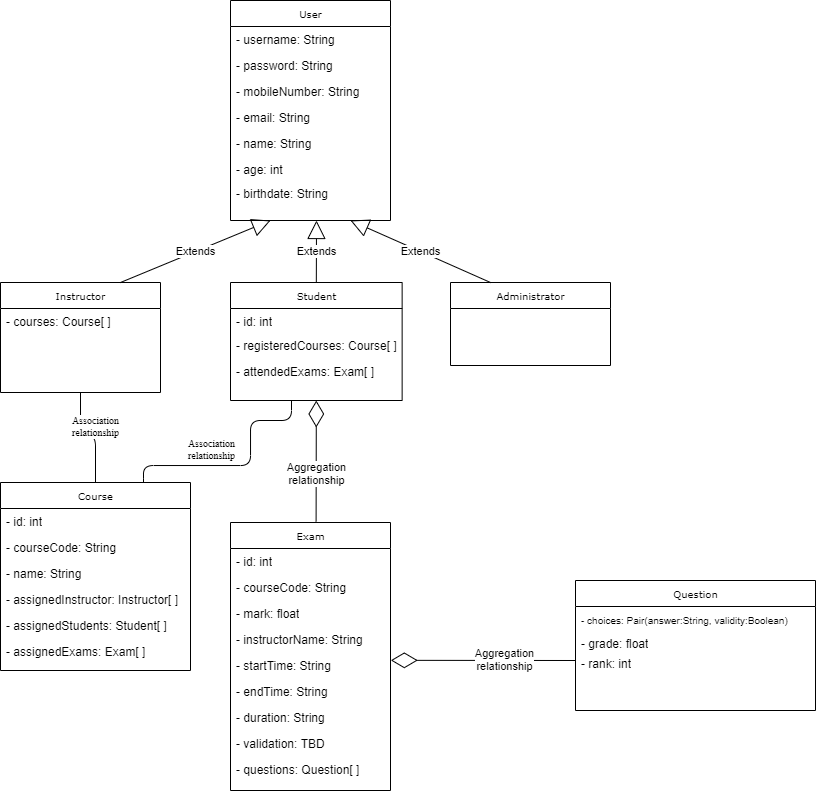
Before: UML.png, a diagram exported from draw.io (aymanred121/Examination-Management-System). Source tidied: cells renumbered, new cells last; positions are measured from the earlier drawing's top-left corner, leaving out a move shared by most shapes.
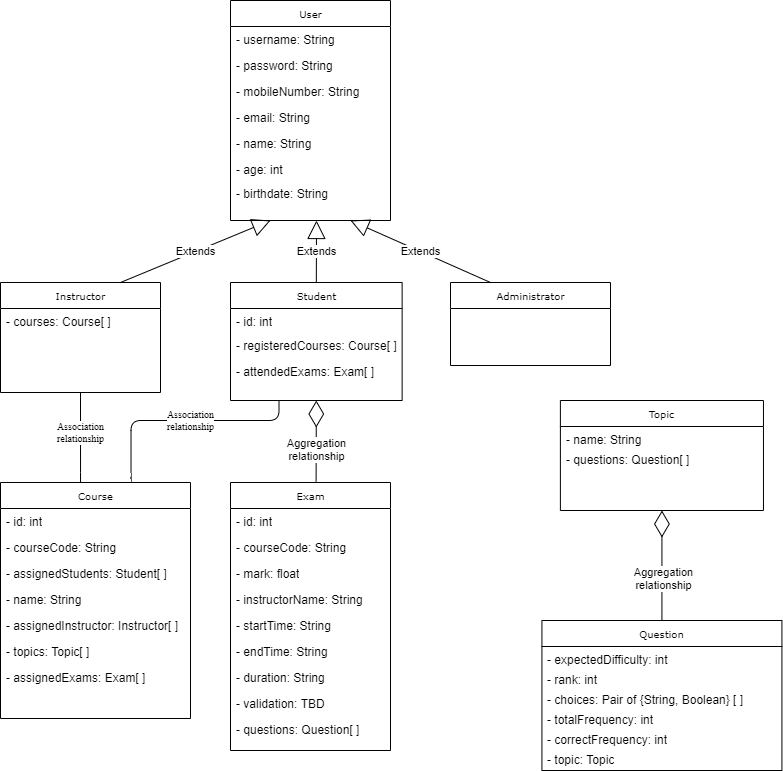
Later version of the same file.

Commit message:
Added Topic class and more attributes.

Diff of the diagram source:
```diff
@@ -3,7 +3,7 @@
     <mxCell id="0" />
     <mxCell id="1" parent="0" />
     <mxCell id="2" value="Exam" style="swimlane;html=1;fontStyle=0;horizontal=1;startSize=26;fillColor=none;swimlaneFillColor=#ffffff;rounded=0;shadow=0;comic=0;labelBackgroundColor=none;strokeWidth=1;fontFamily=Verdana;fontSize=10;align=center;" parent="1" vertex="1">
-      <mxGeometry x="230" y="522" width="160" height="268" as="geometry" />
+      <mxGeometry x="230" y="482" width="160" height="268" as="geometry" />
     </mxCell>
     <mxCell id="3" value="- id: int" style="text;html=1;strokeColor=none;fillColor=none;align=left;verticalAlign=top;spacingLeft=4;spacingRight=4;whiteSpace=wrap;overflow=hidden;" parent="2" vertex="1">
       <mxGeometry y="26" width="160" height="26" as="geometry" />
@@ -66,7 +66,7 @@
       <mxGeometry x="450" y="282" width="160" height="83" as="geometry" />
     </mxCell>
     <mxCell id="23" value="Course" style="swimlane;html=1;fontStyle=0;horizontal=1;startSize=26;fillColor=none;swimlaneFillColor=#ffffff;rounded=0;shadow=0;comic=0;labelBackgroundColor=none;strokeWidth=1;fontFamily=Verdana;fontSize=10;align=center;" parent="1" vertex="1">
-      <mxGeometry y="482" width="190" height="188" as="geometry" />
+      <mxGeometry y="482" width="190" height="236" as="geometry" />
     </mxCell>
     <mxCell id="24" value="- id: int" style="text;html=1;strokeColor=none;fillColor=none;align=left;verticalAlign=top;spacingLeft=4;spacingRight=4;whiteSpace=wrap;overflow=hidden;" parent="23" vertex="1">
       <mxGeometry y="26" width="190" height="26" as="geometry" />
@@ -74,17 +74,20 @@
     <mxCell id="25" value="- courseCode: String" style="text;html=1;strokeColor=none;fillColor=none;align=left;verticalAlign=top;spacingLeft=4;spacingRight=4;whiteSpace=wrap;overflow=hidden;" parent="23" vertex="1">
       <mxGeometry y="52" width="190" height="26" as="geometry" />
     </mxCell>
+    <mxCell id="49" value="- assignedStudents: Student[ ]" style="text;html=1;strokeColor=none;fillColor=none;align=left;verticalAlign=top;spacingLeft=4;spacingRight=4;whiteSpace=wrap;overflow=hidden;" parent="23" vertex="1">
+      <mxGeometry y="78" width="190" height="26" as="geometry" />
+    </mxCell>
     <mxCell id="26" value="- name: String" style="text;html=1;strokeColor=none;fillColor=none;align=left;verticalAlign=top;spacingLeft=4;spacingRight=4;whiteSpace=wrap;overflow=hidden;" parent="23" vertex="1">
-      <mxGeometry y="78" width="190" height="26" as="geometry" />
+      <mxGeometry y="104" width="190" height="26" as="geometry" />
     </mxCell>
     <mxCell id="27" value="- assignedInstructor: Instructor[ ]" style="text;html=1;strokeColor=none;fillColor=none;align=left;verticalAlign=top;spacingLeft=4;spacingRight=4;whiteSpace=wrap;overflow=hidden;" parent="23" vertex="1">
-      <mxGeometry y="104" width="190" height="26" as="geometry" />
+      <mxGeometry y="130" width="190" height="26" as="geometry" />
     </mxCell>
-    <mxCell id="28" value="- assignedStudents: Student[ ]" style="text;html=1;strokeColor=none;fillColor=none;align=left;verticalAlign=top;spacingLeft=4;spacingRight=4;whiteSpace=wrap;overflow=hidden;" parent="23" vertex="1">
-      <mxGeometry y="130" width="190" height="26" as="geometry" />
+    <mxCell id="28" value="- topics: Topic[ ]" style="text;html=1;strokeColor=none;fillColor=none;align=left;verticalAlign=top;spacingLeft=4;spacingRight=4;whiteSpace=wrap;overflow=hidden;" parent="23" vertex="1">
+      <mxGeometry y="156" width="190" height="26" as="geometry" />
     </mxCell>
     <mxCell id="29" value="- assignedExams: Exam[ ]" style="text;html=1;strokeColor=none;fillColor=none;align=left;verticalAlign=top;spacingLeft=4;spacingRight=4;whiteSpace=wrap;overflow=hidden;" parent="23" vertex="1">
-      <mxGeometry y="156" width="190" height="26" as="geometry" />
+      <mxGeometry y="182" width="190" height="28" as="geometry" />
     </mxCell>
     <mxCell id="30" value="Student" style="swimlane;html=1;fontStyle=0;horizontal=1;startSize=26;fillColor=none;swimlaneFillColor=#ffffff;rounded=0;shadow=0;comic=0;labelBackgroundColor=none;strokeWidth=1;fontFamily=Verdana;fontSize=10;align=center;" parent="1" vertex="1">
       <mxGeometry x="230" y="282" width="171.6" height="118" as="geometry" />
@@ -109,8 +112,13 @@
         <mxPoint x="316" y="220" as="targetPoint" />
       </mxGeometry>
     </mxCell>
-    <mxCell id="37" style="endArrow=none;html=1;edgeStyle=orthogonalEdgeStyle;exitX=0.5;exitY=1;exitDx=0;exitDy=0;entryX=0.5;entryY=0;entryDx=0;entryDy=0;" parent="1" edge="1" source="20" target="23">
-      <mxGeometry relative="1" as="geometry" />
+    <mxCell id="37" style="endArrow=none;html=1;edgeStyle=orthogonalEdgeStyle;exitX=0.5;exitY=1;exitDx=0;exitDy=0;" parent="1" edge="1" source="20">
+      <mxGeometry relative="1" as="geometry">
+        <mxPoint x="80" y="482" as="targetPoint" />
+        <Array as="points">
+          <mxPoint x="80" y="482" />
+        </Array>
+      </mxGeometry>
     </mxCell>
     <mxCell id="38" value="&lt;p style=&quot;margin-top: 0pt ; margin-bottom: 0pt ; margin-left: 0in ; text-align: left ; direction: ltr ; unicode-bidi: embed ; word-break: normal ; font-size: 10px&quot;&gt;&lt;span style=&quot;font-family: &amp;#34;century schoolbook&amp;#34;&quot;&gt;&lt;font style=&quot;font-size: 10px&quot;&gt;Association&lt;br&gt;&lt;/font&gt;&lt;/span&gt;&lt;span style=&quot;font-family: &amp;#34;century schoolbook&amp;#34;&quot;&gt;relationship&lt;/span&gt;&lt;/p&gt;" style="edgeLabel;html=1;align=center;verticalAlign=middle;" parent="37" vertex="1">
       <mxGeometry x="0.26" relative="1" as="geometry">
@@ -124,39 +132,56 @@
       <mxGeometry x="-0.21" relative="1" as="geometry" />
     </mxCell>
     <mxCell id="41" value="Question" style="swimlane;html=1;fontStyle=0;horizontal=1;startSize=26;fillColor=none;swimlaneFillColor=#ffffff;rounded=0;shadow=0;comic=0;labelBackgroundColor=none;strokeWidth=1;fontFamily=Verdana;fontSize=10;align=center;" parent="1" vertex="1">
-      <mxGeometry x="575" y="580" width="240" height="130" as="geometry" />
+      <mxGeometry x="541.4" y="620" width="240" height="150" as="geometry" />
     </mxCell>
-    <mxCell id="42" value="&lt;font style=&quot;font-size: 10px&quot;&gt;- choices: Pair(answer:String, validity:Boolean)&lt;/font&gt;" style="text;html=1;strokeColor=none;fillColor=none;align=left;verticalAlign=top;spacingLeft=4;spacingRight=4;whiteSpace=wrap;overflow=hidden;" parent="41" vertex="1">
-      <mxGeometry y="26" width="240" height="24" as="geometry" />
-    </mxCell>
-    <mxCell id="43" value="- grade: float" style="text;html=1;strokeColor=none;fillColor=none;align=left;verticalAlign=top;spacingLeft=4;spacingRight=4;whiteSpace=wrap;overflow=hidden;" parent="41" vertex="1">
-      <mxGeometry y="50" width="240" height="20" as="geometry" />
+    <mxCell id="43" value="- expectedDifficulty: int" style="text;html=1;strokeColor=none;fillColor=none;align=left;verticalAlign=top;spacingLeft=4;spacingRight=4;whiteSpace=wrap;overflow=hidden;" parent="41" vertex="1">
+      <mxGeometry y="26" width="240" height="20" as="geometry" />
     </mxCell>
     <mxCell id="44" value="- rank: int" style="text;html=1;strokeColor=none;fillColor=none;align=left;verticalAlign=top;spacingLeft=4;spacingRight=4;whiteSpace=wrap;overflow=hidden;points=[[0,0.5],[1,0.5]];portConstraint=eastwest;" parent="41" vertex="1">
-      <mxGeometry y="70" width="240" height="20" as="geometry" />
+      <mxGeometry y="46" width="240" height="20" as="geometry" />
     </mxCell>
+    <mxCell id="50" value="- choices: Pair of {String, Boolean} [ ]&amp;nbsp;" style="text;html=1;strokeColor=none;fillColor=none;align=left;verticalAlign=top;spacingLeft=4;spacingRight=4;whiteSpace=wrap;overflow=hidden;" parent="41" vertex="1">
+      <mxGeometry y="66" width="240" height="20" as="geometry" />
+    </mxCell>
+    <mxCell id="51" value="- totalFrequency: int" style="text;html=1;strokeColor=none;fillColor=none;align=left;verticalAlign=top;spacingLeft=4;spacingRight=4;whiteSpace=wrap;overflow=hidden;" parent="41" vertex="1">
+      <mxGeometry y="86" width="240" height="20" as="geometry" />
+    </mxCell>
+    <mxCell id="52" value="- correctFrequency: int" style="text;html=1;strokeColor=none;fillColor=none;align=left;verticalAlign=top;spacingLeft=4;spacingRight=4;whiteSpace=wrap;overflow=hidden;" parent="41" vertex="1">
+      <mxGeometry y="106" width="240" height="20" as="geometry" />
+    </mxCell>
+    <mxCell id="53" value="- topic: Topic" style="text;html=1;strokeColor=none;fillColor=none;align=left;verticalAlign=top;spacingLeft=4;spacingRight=4;whiteSpace=wrap;overflow=hidden;" parent="41" vertex="1">
+      <mxGeometry y="126" width="240" height="20" as="geometry" />
+    </mxCell>
-    <mxCell id="45" style="endArrow=diamondThin;endFill=0;endSize=24;html=1;exitX=0;exitY=0.5;exitDx=0;exitDy=0;entryX=1.002;entryY=0.301;entryDx=0;entryDy=0;entryPerimeter=0;" parent="1" edge="1" source="44" target="7">
+    <mxCell id="45" style="endArrow=diamondThin;endFill=0;endSize=24;html=1;exitX=0.5;exitY=0;exitDx=0;exitDy=0;entryX=0.5;entryY=1;entryDx=0;entryDy=0;" parent="1" edge="1" source="41" target="54">
       <mxGeometry relative="1" as="geometry" />
     </mxCell>
     <mxCell id="46" value="&lt;span style=&quot;color: rgb(0 , 0 , 0) ; font-family: &amp;#34;helvetica&amp;#34; ; font-size: 11px ; font-style: normal ; font-weight: 400 ; letter-spacing: normal ; text-align: center ; text-indent: 0px ; text-transform: none ; word-spacing: 0px ; background-color: rgb(255 , 255 , 255) ; display: inline ; float: none&quot;&gt;Aggregation&lt;/span&gt;&lt;br style=&quot;color: rgb(0 , 0 , 0) ; font-family: &amp;#34;helvetica&amp;#34; ; font-size: 11px ; font-style: normal ; font-weight: 400 ; letter-spacing: normal ; text-align: center ; text-indent: 0px ; text-transform: none ; word-spacing: 0px&quot;&gt;relationship" style="edgeLabel;html=1;align=center;verticalAlign=middle;" parent="45" vertex="1">
       <mxGeometry x="-0.23" y="-1" relative="1" as="geometry" />
     </mxCell>
-    <mxCell id="47" style="endArrow=none;html=1;edgeStyle=orthogonalEdgeStyle;entryX=0.75;entryY=0;entryDx=0;entryDy=0;" parent="1" edge="1" target="23">
+    <mxCell id="47" style="endArrow=none;html=1;edgeStyle=orthogonalEdgeStyle;entryX=0.75;entryY=0;entryDx=0;entryDy=0;" parent="1" edge="1">
       <mxGeometry relative="1" as="geometry">
-        <mxPoint x="291" y="400" as="sourcePoint" />
+        <mxPoint x="278.5" y="400" as="sourcePoint" />
+        <mxPoint x="130" y="482" as="targetPoint" />
         <Array as="points">
-          <mxPoint x="291" y="420" />
-          <mxPoint x="250" y="420" />
-          <mxPoint x="250" y="465" />
-          <mxPoint x="143" y="465" />
-          <mxPoint x="143" y="482" />
+          <mxPoint x="278.5" y="420" />
+          <mxPoint x="130.5" y="420" />
+          <mxPoint x="130.5" y="482" />
         </Array>
       </mxGeometry>
     </mxCell>
     <mxCell id="48" value="&lt;p style=&quot;margin-top: 0pt ; margin-bottom: 0pt ; margin-left: 0in ; text-align: left ; direction: ltr ; unicode-bidi: embed ; word-break: normal ; font-size: 10px&quot;&gt;&lt;span style=&quot;font-family: &amp;#34;century schoolbook&amp;#34;&quot;&gt;&lt;font style=&quot;font-size: 10px&quot;&gt;Association&lt;br&gt;&lt;/font&gt;&lt;/span&gt;&lt;span style=&quot;font-family: &amp;#34;century schoolbook&amp;#34;&quot;&gt;relationship&lt;/span&gt;&lt;/p&gt;" style="edgeLabel;html=1;align=center;verticalAlign=middle;" parent="47" vertex="1">
       <mxGeometry x="0.26" relative="1" as="geometry">
-        <mxPoint y="-16.6" as="offset" />
+        <mxPoint x="36.3" as="offset" />
       </mxGeometry>
     </mxCell>
+    <mxCell id="54" value="Topic" style="swimlane;html=1;fontStyle=0;horizontal=1;startSize=26;fillColor=none;swimlaneFillColor=#ffffff;rounded=0;shadow=0;comic=0;labelBackgroundColor=none;strokeWidth=1;fontFamily=Verdana;fontSize=10;align=center;" parent="1" vertex="1">
+      <mxGeometry x="559.9" y="400" width="203.1" height="110" as="geometry" />
+    </mxCell>
+    <mxCell id="55" value="- name: String" style="text;html=1;strokeColor=none;fillColor=none;align=left;verticalAlign=top;spacingLeft=4;spacingRight=4;whiteSpace=wrap;overflow=hidden;" parent="54" vertex="1">
+      <mxGeometry y="26" width="203.1" height="20" as="geometry" />
+    </mxCell>
+    <mxCell id="56" value="- questions: Question[ ]" style="text;html=1;strokeColor=none;fillColor=none;align=left;verticalAlign=top;spacingLeft=4;spacingRight=4;whiteSpace=wrap;overflow=hidden;" parent="54" vertex="1">
+      <mxGeometry y="46" width="203.1" height="20" as="geometry" />
+    </mxCell>
   </root>
 </mxGraphModel>
```
